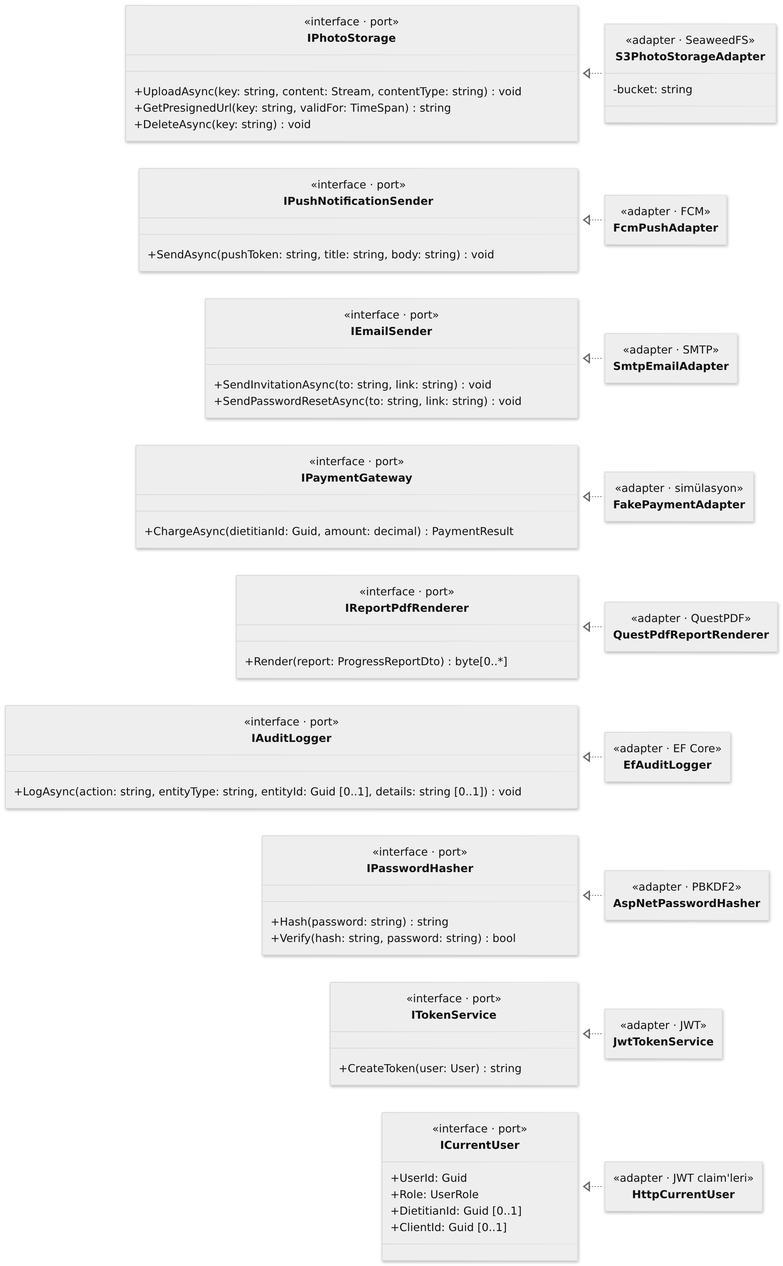
Before: docs/uml/png/cd-4-portlar.png, a diagram exported from Mermaid (Emmet47/diyetisyen-danisan-takip-sistemi). Its source is kept beside it as docs/uml/cd-4-portlar.mmd. Source of this version:
```mermaid
classDiagram
direction LR
class IPhotoStorage {
  <<interface · port>>
  +UploadAsync(key: string, content: Stream, contentType: string) void
  +GetPresignedUrl(key: string, validFor: TimeSpan) string
  +DeleteAsync(key: string) void
}
class S3PhotoStorageAdapter {
  <<adapter · SeaweedFS>>
  -bucket: string
}
class IPushNotificationSender {
  <<interface · port>>
  +SendAsync(pushToken: string, title: string, body: string) void
}
class FcmPushAdapter {
  <<adapter · FCM>>
}
class IEmailSender {
  <<interface · port>>
  +SendInvitationAsync(to: string, link: string) void
  +SendPasswordResetAsync(to: string, link: string) void
}
class SmtpEmailAdapter {
  <<adapter · SMTP>>
}
class IPaymentGateway {
  <<interface · port>>
  +ChargeAsync(dietitianId: Guid, amount: decimal) PaymentResult
}
class FakePaymentAdapter {
  <<adapter · simülasyon>>
}
class IReportPdfRenderer {
  <<interface · port>>
  +Render(report: ProgressReportDto) byte[0..*]
}
class QuestPdfReportRenderer {
  <<adapter · QuestPDF>>
}
class IAuditLogger {
  <<interface · port>>
  +LogAsync(action: string, entityType: string, entityId: Guid [0..1], details: string [0..1]) void
}
class EfAuditLogger {
  <<adapter · EF Core>>
}
class IPasswordHasher {
  <<interface · port>>
  +Hash(password: string) string
  +Verify(hash: string, password: string) bool
}
class AspNetPasswordHasher {
  <<adapter · PBKDF2>>
}
class ITokenService {
  <<interface · port>>
  +CreateToken(user: User) string
}
class JwtTokenService {
  <<adapter · JWT>>
}
class ICurrentUser {
  <<interface · port>>
  +UserId: Guid
  +Role: UserRole
  +DietitianId: Guid [0..1]
  +ClientId: Guid [0..1]
}
class HttpCurrentUser {
  <<adapter · JWT claim'leri>>
}
IPhotoStorage <|.. S3PhotoStorageAdapter
IPushNotificationSender <|.. FcmPushAdapter
IEmailSender <|.. SmtpEmailAdapter
IPaymentGateway <|.. FakePaymentAdapter
IReportPdfRenderer <|.. QuestPdfReportRenderer
IAuditLogger <|.. EfAuditLogger
IPasswordHasher <|.. AspNetPasswordHasher
ITokenService <|.. JwtTokenService
ICurrentUser <|.. HttpCurrentUser
```
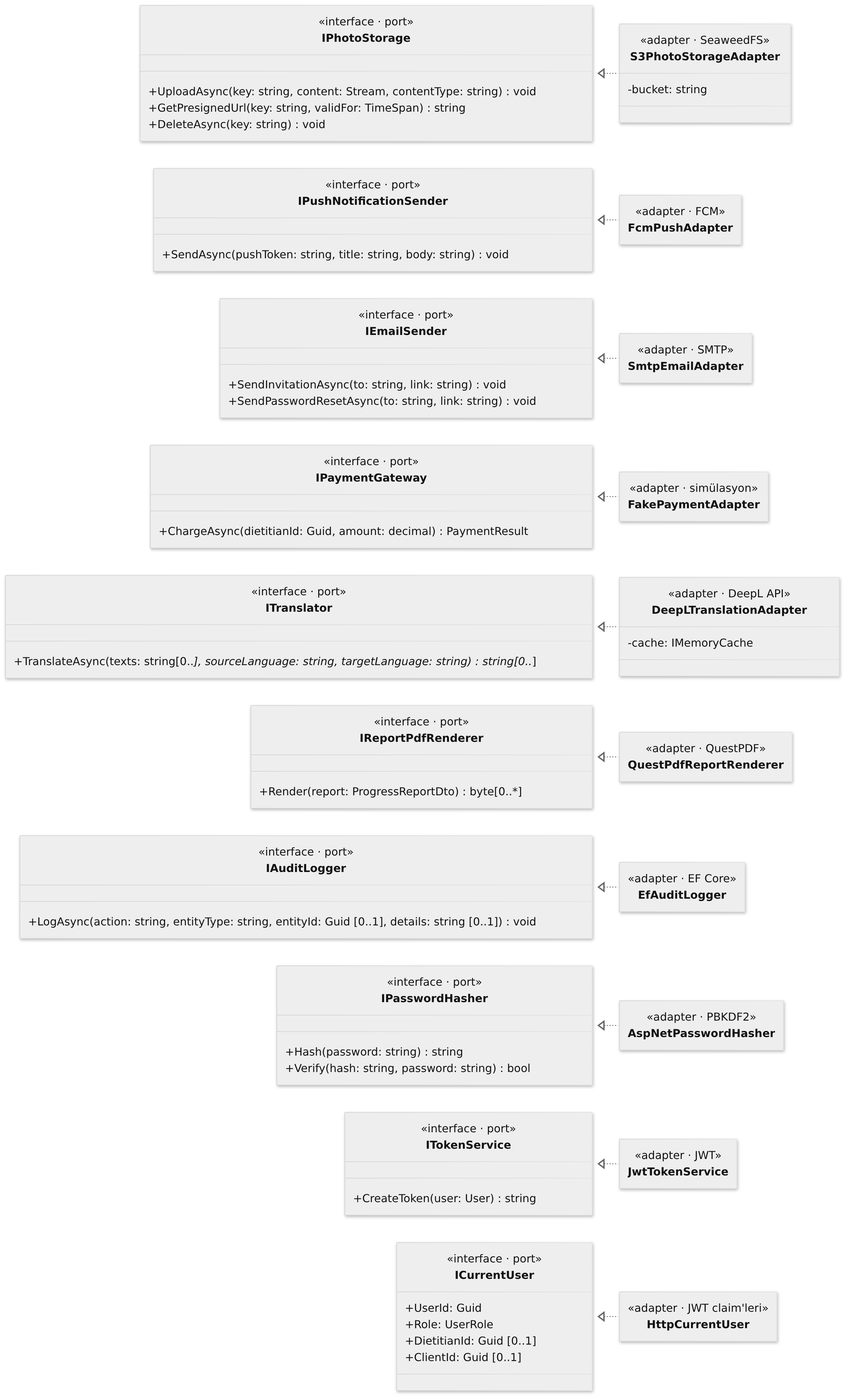
The same diagram one commit later.

Diff of the diagram source:
```diff
@@ -31,6 +31,14 @@
 }
 class FakePaymentAdapter {
   <<adapter · simülasyon>>
+}
+class ITranslator {
+  <<interface · port>>
+  +TranslateAsync(texts: string[0..*], sourceLanguage: string, targetLanguage: string) string[0..*]
+}
+class DeepLTranslationAdapter {
+  <<adapter · DeepL API>>
+  -cache: IMemoryCache
 }
 class IReportPdfRenderer {
   <<interface · port>>
@@ -75,6 +83,7 @@
 IPushNotificationSender <|.. FcmPushAdapter
 IEmailSender <|.. SmtpEmailAdapter
 IPaymentGateway <|.. FakePaymentAdapter
+ITranslator <|.. DeepLTranslationAdapter
 IReportPdfRenderer <|.. QuestPdfReportRenderer
 IAuditLogger <|.. EfAuditLogger
 IPasswordHasher <|.. AspNetPasswordHasher
```
